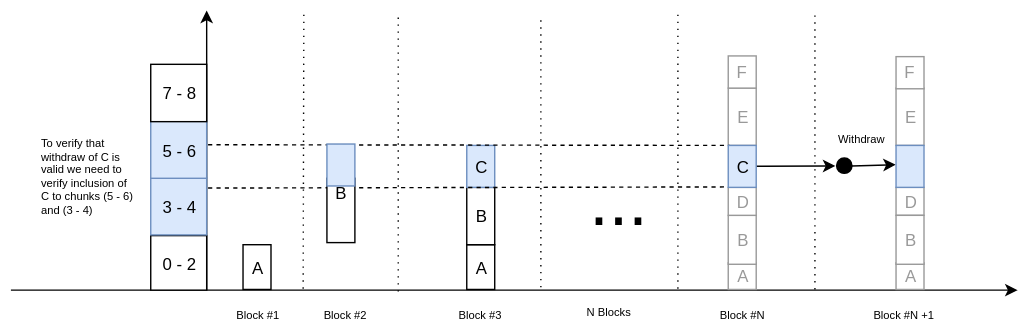
The draw.io diagram withdraw.svg in artall64/tmp-isao-images, before a commit. Source tidied: cells renumbered, new cells last; positions are measured from the earlier drawing's top-left corner, leaving out a move shared by most shapes. The source it was exported from:
```xml
<mxGraphModel background="#ffffff">
  <root>
    <mxCell id="0" />
    <mxCell id="1" parent="0" />
    <mxCell id="2" style="endArrow=classic;html=1;" parent="1" edge="1">
      <mxGeometry relative="1" as="geometry">
        <mxPoint y="200" as="sourcePoint" />
        <mxPoint x="720" y="200" as="targetPoint" />
      </mxGeometry>
    </mxCell>
    <mxCell id="3" style="endArrow=classic;html=1;" parent="1" edge="1">
      <mxGeometry relative="1" as="geometry">
        <mxPoint x="140" y="200" as="sourcePoint" />
        <mxPoint x="140" as="targetPoint" />
      </mxGeometry>
    </mxCell>
    <mxCell id="4" style="endArrow=none;dashed=1;html=1;dashPattern=1 4;" parent="1" edge="1">
      <mxGeometry relative="1" as="geometry">
        <mxPoint x="209" y="199" as="sourcePoint" />
        <mxPoint x="209.5" as="targetPoint" />
      </mxGeometry>
    </mxCell>
    <mxCell id="5" style="endArrow=none;dashed=1;html=1;dashPattern=1 4;" parent="1" edge="1">
      <mxGeometry relative="1" as="geometry">
        <mxPoint x="277" y="201" as="sourcePoint" />
        <mxPoint x="277" y="4" as="targetPoint" />
      </mxGeometry>
    </mxCell>
    <mxCell id="6" value="Block #1&lt;br style=&quot;font-size: 8px;&quot;&gt;" style="text;html=1;strokeColor=none;fillColor=none;align=center;verticalAlign=middle;whiteSpace=wrap;rounded=0;fontSize=8;" parent="1" vertex="1">
      <mxGeometry x="157" y="207" width="38" height="20" as="geometry" />
    </mxCell>
    <mxCell id="7" value="Block #2&lt;br style=&quot;font-size: 8px;&quot;&gt;" style="text;html=1;strokeColor=none;fillColor=none;align=center;verticalAlign=middle;whiteSpace=wrap;rounded=0;fontSize=8;" parent="1" vertex="1">
      <mxGeometry x="220" y="207" width="39" height="20" as="geometry" />
    </mxCell>
    <mxCell id="8" style="endArrow=none;dashed=1;html=1;dashPattern=1 4;" parent="1" edge="1">
      <mxGeometry relative="1" as="geometry">
        <mxPoint x="379" y="198" as="sourcePoint" />
        <mxPoint x="379" y="3" as="targetPoint" />
      </mxGeometry>
    </mxCell>
    <mxCell id="9" style="endArrow=none;dashed=1;html=1;dashPattern=1 4;" parent="1" edge="1">
      <mxGeometry relative="1" as="geometry">
        <mxPoint x="477" y="199" as="sourcePoint" />
        <mxPoint x="477" y="1" as="targetPoint" />
      </mxGeometry>
    </mxCell>
    <mxCell id="10" value="..." style="text;html=1;strokeColor=none;fillColor=none;align=center;verticalAlign=middle;whiteSpace=wrap;rounded=0;fontSize=50;" parent="1" vertex="1">
      <mxGeometry x="396" y="110" width="78" height="53" as="geometry" />
    </mxCell>
    <mxCell id="11" value="A" style="rounded=0;whiteSpace=wrap;html=1;" parent="1" vertex="1">
      <mxGeometry x="166" y="167.5" width="20" height="32" as="geometry" />
    </mxCell>
    <mxCell id="12" value="A" style="rounded=0;whiteSpace=wrap;html=1;" parent="1" vertex="1">
      <mxGeometry x="326" y="167.5" width="20" height="32" as="geometry" />
    </mxCell>
    <mxCell id="13" value="B" style="rounded=0;whiteSpace=wrap;html=1;" parent="1" vertex="1">
      <mxGeometry x="326" y="126.5" width="20" height="41" as="geometry" />
    </mxCell>
    <mxCell id="14" value="C" style="rounded=0;whiteSpace=wrap;html=1;fillColor=#dae8fc;strokeColor=#6c8ebf;" parent="1" vertex="1">
      <mxGeometry x="326" y="96.5" width="20" height="30" as="geometry" />
    </mxCell>
    <mxCell id="15" style="group;" parent="1" vertex="1">
      <mxGeometry x="513" y="1.5" width="156.5" height="198" as="geometry" />
    </mxCell>
    <mxCell id="16" value="A" style="rounded=0;whiteSpace=wrap;html=1;fontColor=#999999;strokeColor=#999999;" parent="15" vertex="1">
      <mxGeometry y="179" width="20" height="19" as="geometry" />
    </mxCell>
    <mxCell id="17" value="B" style="rounded=0;whiteSpace=wrap;html=1;fontColor=#999999;strokeColor=#999999;" parent="15" vertex="1">
      <mxGeometry y="145" width="20" height="35" as="geometry" />
    </mxCell>
    <mxCell id="18" value="D" style="rounded=0;whiteSpace=wrap;html=1;fontColor=#999999;strokeColor=#999999;" parent="15" vertex="1">
      <mxGeometry y="125" width="20" height="20" as="geometry" />
    </mxCell>
    <mxCell id="19" value="E" style="rounded=0;whiteSpace=wrap;html=1;strokeColor=#999999;fontColor=#999999;" parent="15" vertex="1">
      <mxGeometry y="54" width="20" height="41" as="geometry" />
    </mxCell>
    <mxCell id="20" value="F" style="rounded=0;whiteSpace=wrap;html=1;strokeColor=#999999;fontColor=#999999;" parent="15" vertex="1">
      <mxGeometry y="31" width="20" height="23" as="geometry" />
    </mxCell>
    <mxCell id="21" value="A" style="rounded=0;whiteSpace=wrap;html=1;fontColor=#999999;strokeColor=#999999;" parent="15" vertex="1">
      <mxGeometry x="120" y="179" width="20" height="19" as="geometry" />
    </mxCell>
    <mxCell id="22" value="D" style="rounded=0;whiteSpace=wrap;html=1;fontColor=#999999;strokeColor=#999999;" parent="15" vertex="1">
      <mxGeometry x="120" y="125" width="20" height="20" as="geometry" />
    </mxCell>
    <mxCell id="23" style="endArrow=none;dashed=1;html=1;dashPattern=1 4;" parent="15" edge="1">
      <mxGeometry relative="1" as="geometry">
        <mxPoint x="62" y="198" as="sourcePoint" />
        <mxPoint x="62" as="targetPoint" />
      </mxGeometry>
    </mxCell>
    <mxCell id="24" value="E" style="rounded=0;whiteSpace=wrap;html=1;strokeColor=#999999;fontColor=#999999;" parent="15" vertex="1">
      <mxGeometry x="120" y="54" width="20" height="41" as="geometry" />
    </mxCell>
    <mxCell id="25" style="endArrow=classic;html=1;exitX=1;exitY=0.5;entryX=0;entryY=0.5;" parent="15" edge="1" source="26">
      <mxGeometry relative="1" as="geometry">
        <mxPoint x="119.9" y="108.8" as="targetPoint" />
      </mxGeometry>
    </mxCell>
    <mxCell id="26" style="ellipse;whiteSpace=wrap;html=1;fillColor=#000000;" parent="15" vertex="1">
      <mxGeometry x="77" y="104" width="11" height="11" as="geometry" />
    </mxCell>
    <mxCell id="27" style="endArrow=classic;html=1;exitX=1;exitY=0.5;entryX=0;entryY=0.5;" parent="15" edge="1" target="26">
      <mxGeometry relative="1" as="geometry">
        <mxPoint x="19.9" y="109.9" as="sourcePoint" />
      </mxGeometry>
    </mxCell>
    <mxCell id="28" value="F" style="rounded=0;whiteSpace=wrap;html=1;strokeColor=#999999;fontColor=#999999;" parent="15" vertex="1">
      <mxGeometry x="120" y="31.5" width="20" height="23" as="geometry" />
    </mxCell>
    <mxCell id="29" value="Withdraw" style="text;html=1;fontSize=8;" parent="15" vertex="1">
      <mxGeometry x="77" y="79" width="40" height="20" as="geometry" />
    </mxCell>
    <mxCell id="30" style="endArrow=none;dashed=1;html=1;entryX=0.75;entryY=0;exitX=1;exitY=0.75;" parent="1" edge="1">
      <mxGeometry relative="1" as="geometry">
        <mxPoint x="141" y="96" as="sourcePoint" />
        <mxPoint x="514" y="96.5" as="targetPoint" />
      </mxGeometry>
    </mxCell>
    <mxCell id="31" value="Block #3&lt;br style=&quot;font-size: 8px;&quot;&gt;" style="text;html=1;strokeColor=none;fillColor=none;align=center;verticalAlign=middle;whiteSpace=wrap;rounded=0;fontSize=8;" parent="1" vertex="1">
      <mxGeometry x="310" y="207" width="50" height="20" as="geometry" />
    </mxCell>
    <mxCell id="32" style="endArrow=none;dashed=1;html=1;entryX=0.03;entryY=0.997;entryPerimeter=0;" parent="1" edge="1" target="34">
      <mxGeometry relative="1" as="geometry">
        <mxPoint x="141" y="127" as="sourcePoint" />
      </mxGeometry>
    </mxCell>
    <mxCell id="33" style="rounded=0;whiteSpace=wrap;html=1;fillColor=#ffffff;strokeColor=#000000;" parent="1" vertex="1">
      <mxGeometry x="226" y="120" width="20" height="46" as="geometry" />
    </mxCell>
    <mxCell id="34" value="C" style="rounded=0;whiteSpace=wrap;html=1;fillColor=#dae8fc;strokeColor=#6c8ebf;" parent="1" vertex="1">
      <mxGeometry x="513" y="96.5" width="20" height="30" as="geometry" />
    </mxCell>
    <mxCell id="35" style="rounded=0;whiteSpace=wrap;html=1;fillColor=#dae8fc;strokeColor=#6c8ebf;" parent="1" vertex="1">
      <mxGeometry x="633" y="96.5" width="20" height="30" as="geometry" />
    </mxCell>
    <mxCell id="36" value="B" style="rounded=0;whiteSpace=wrap;html=1;fontColor=#999999;strokeColor=#999999;" parent="1" vertex="1">
      <mxGeometry x="633" y="146.5" width="20" height="35" as="geometry" />
    </mxCell>
    <mxCell id="37" value="N Blocks&lt;br style=&quot;font-size: 8px;&quot;&gt;" style="text;html=1;strokeColor=none;fillColor=none;align=center;verticalAlign=middle;whiteSpace=wrap;rounded=0;fontSize=8;" parent="1" vertex="1">
      <mxGeometry x="400" y="204" width="56" height="23" as="geometry" />
    </mxCell>
    <mxCell id="38" value="To verify that withdraw of C is valid we need to verify inclusion of C to chunks (5 - 6) and (3 - 4)&lt;br style=&quot;font-size: 8px&quot;&gt;" style="text;html=1;strokeColor=none;fillColor=none;align=left;verticalAlign=middle;whiteSpace=wrap;rounded=0;fontSize=8;" parent="1" vertex="1">
      <mxGeometry x="20" y="88" width="70" height="57" as="geometry" />
    </mxCell>
    <mxCell id="39" value="0 - 2" style="rounded=0;whiteSpace=wrap;html=1;" parent="1" vertex="1">
      <mxGeometry x="100" y="161" width="40" height="39" as="geometry" />
    </mxCell>
    <mxCell id="40" value="3 - 4" style="rounded=0;whiteSpace=wrap;html=1;fillColor=#dae8fc;strokeColor=#6c8ebf;" parent="1" vertex="1">
      <mxGeometry x="100" y="119.5" width="40" height="41" as="geometry" />
    </mxCell>
    <mxCell id="41" value="5 - 6" style="rounded=0;whiteSpace=wrap;html=1;fillColor=#dae8fc;strokeColor=#6c8ebf;" parent="1" vertex="1">
      <mxGeometry x="100" y="79" width="40" height="41" as="geometry" />
    </mxCell>
    <mxCell id="42" value="7 - 8" style="rounded=0;whiteSpace=wrap;html=1;" parent="1" vertex="1">
      <mxGeometry x="100" y="38.5" width="40" height="41" as="geometry" />
    </mxCell>
    <mxCell id="43" value="Block #N&lt;br style=&quot;font-size: 8px;&quot;&gt;" style="text;html=1;strokeColor=none;fillColor=none;align=center;verticalAlign=middle;whiteSpace=wrap;rounded=0;fontSize=8;" parent="1" vertex="1">
      <mxGeometry x="496.5" y="207" width="53" height="20" as="geometry" />
    </mxCell>
    <mxCell id="44" value="Block #N +1&lt;br style=&quot;font-size: 8px&quot;&gt;" style="text;html=1;strokeColor=none;fillColor=none;align=center;verticalAlign=middle;whiteSpace=wrap;rounded=0;fontSize=8;" parent="1" vertex="1">
      <mxGeometry x="601" y="207" width="76" height="20" as="geometry" />
    </mxCell>
    <mxCell id="45" style="rounded=0;whiteSpace=wrap;html=1;fillColor=#dae8fc;strokeColor=#6c8ebf;" parent="1" vertex="1">
      <mxGeometry x="226" y="95.5" width="20" height="30" as="geometry" />
    </mxCell>
    <mxCell id="46" value="B" style="text;html=1;strokeColor=none;fillColor=none;align=center;verticalAlign=middle;whiteSpace=wrap;rounded=0;fontSize=12;" parent="1" vertex="1">
      <mxGeometry x="228.5" y="120" width="15" height="20" as="geometry" />
    </mxCell>
  </root>
</mxGraphModel>
```
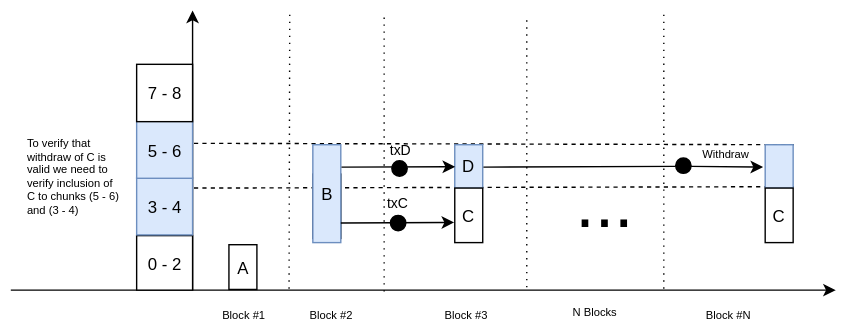
The same file after the commit.

What changed in the source:
```diff
@@ -4,8 +4,8 @@
     <mxCell id="1" parent="0" />
     <mxCell id="2" style="endArrow=classic;html=1;" parent="1" edge="1">
       <mxGeometry relative="1" as="geometry">
-        <mxPoint y="200" as="sourcePoint" />
-        <mxPoint x="720" y="200" as="targetPoint" />
+        <mxPoint x="10" y="200" as="sourcePoint" />
+        <mxPoint x="600" y="200" as="targetPoint" />
       </mxGeometry>
     </mxCell>
     <mxCell id="3" style="endArrow=classic;html=1;" parent="1" edge="1">
@@ -50,93 +50,24 @@
     <mxCell id="11" value="A" style="rounded=0;whiteSpace=wrap;html=1;" parent="1" vertex="1">
       <mxGeometry x="166" y="167.5" width="20" height="32" as="geometry" />
     </mxCell>
-    <mxCell id="12" value="A" style="rounded=0;whiteSpace=wrap;html=1;" parent="1" vertex="1">
-      <mxGeometry x="326" y="167.5" width="20" height="32" as="geometry" />
-    </mxCell>
-    <mxCell id="13" value="B" style="rounded=0;whiteSpace=wrap;html=1;" parent="1" vertex="1">
-      <mxGeometry x="326" y="126.5" width="20" height="41" as="geometry" />
-    </mxCell>
-    <mxCell id="14" value="C" style="rounded=0;whiteSpace=wrap;html=1;fillColor=#dae8fc;strokeColor=#6c8ebf;" parent="1" vertex="1">
-      <mxGeometry x="326" y="96.5" width="20" height="30" as="geometry" />
-    </mxCell>
-    <mxCell id="15" style="group;" parent="1" vertex="1">
-      <mxGeometry x="513" y="1.5" width="156.5" height="198" as="geometry" />
-    </mxCell>
-    <mxCell id="16" value="A" style="rounded=0;whiteSpace=wrap;html=1;fontColor=#999999;strokeColor=#999999;" parent="15" vertex="1">
-      <mxGeometry y="179" width="20" height="19" as="geometry" />
-    </mxCell>
-    <mxCell id="17" value="B" style="rounded=0;whiteSpace=wrap;html=1;fontColor=#999999;strokeColor=#999999;" parent="15" vertex="1">
-      <mxGeometry y="145" width="20" height="35" as="geometry" />
-    </mxCell>
-    <mxCell id="18" value="D" style="rounded=0;whiteSpace=wrap;html=1;fontColor=#999999;strokeColor=#999999;" parent="15" vertex="1">
-      <mxGeometry y="125" width="20" height="20" as="geometry" />
-    </mxCell>
-    <mxCell id="19" value="E" style="rounded=0;whiteSpace=wrap;html=1;strokeColor=#999999;fontColor=#999999;" parent="15" vertex="1">
-      <mxGeometry y="54" width="20" height="41" as="geometry" />
-    </mxCell>
-    <mxCell id="20" value="F" style="rounded=0;whiteSpace=wrap;html=1;strokeColor=#999999;fontColor=#999999;" parent="15" vertex="1">
-      <mxGeometry y="31" width="20" height="23" as="geometry" />
-    </mxCell>
-    <mxCell id="21" value="A" style="rounded=0;whiteSpace=wrap;html=1;fontColor=#999999;strokeColor=#999999;" parent="15" vertex="1">
-      <mxGeometry x="120" y="179" width="20" height="19" as="geometry" />
-    </mxCell>
-    <mxCell id="22" value="D" style="rounded=0;whiteSpace=wrap;html=1;fontColor=#999999;strokeColor=#999999;" parent="15" vertex="1">
-      <mxGeometry x="120" y="125" width="20" height="20" as="geometry" />
-    </mxCell>
-    <mxCell id="23" style="endArrow=none;dashed=1;html=1;dashPattern=1 4;" parent="15" edge="1">
-      <mxGeometry relative="1" as="geometry">
-        <mxPoint x="62" y="198" as="sourcePoint" />
-        <mxPoint x="62" as="targetPoint" />
-      </mxGeometry>
-    </mxCell>
-    <mxCell id="24" value="E" style="rounded=0;whiteSpace=wrap;html=1;strokeColor=#999999;fontColor=#999999;" parent="15" vertex="1">
-      <mxGeometry x="120" y="54" width="20" height="41" as="geometry" />
-    </mxCell>
-    <mxCell id="25" style="endArrow=classic;html=1;exitX=1;exitY=0.5;entryX=0;entryY=0.5;" parent="15" edge="1" source="26">
-      <mxGeometry relative="1" as="geometry">
-        <mxPoint x="119.9" y="108.8" as="targetPoint" />
-      </mxGeometry>
-    </mxCell>
-    <mxCell id="26" style="ellipse;whiteSpace=wrap;html=1;fillColor=#000000;" parent="15" vertex="1">
-      <mxGeometry x="77" y="104" width="11" height="11" as="geometry" />
-    </mxCell>
-    <mxCell id="27" style="endArrow=classic;html=1;exitX=1;exitY=0.5;entryX=0;entryY=0.5;" parent="15" edge="1" target="26">
-      <mxGeometry relative="1" as="geometry">
-        <mxPoint x="19.9" y="109.9" as="sourcePoint" />
-      </mxGeometry>
-    </mxCell>
-    <mxCell id="28" value="F" style="rounded=0;whiteSpace=wrap;html=1;strokeColor=#999999;fontColor=#999999;" parent="15" vertex="1">
-      <mxGeometry x="120" y="31.5" width="20" height="23" as="geometry" />
-    </mxCell>
-    <mxCell id="29" value="Withdraw" style="text;html=1;fontSize=8;" parent="15" vertex="1">
-      <mxGeometry x="77" y="79" width="40" height="20" as="geometry" />
-    </mxCell>
-    <mxCell id="30" style="endArrow=none;dashed=1;html=1;entryX=0.75;entryY=0;exitX=1;exitY=0.75;" parent="1" edge="1">
+    <mxCell id="30" style="endArrow=none;dashed=1;html=1;exitX=1;exitY=0.75;" parent="1" edge="1">
       <mxGeometry relative="1" as="geometry">
-        <mxPoint x="141" y="96" as="sourcePoint" />
-        <mxPoint x="514" y="96.5" as="targetPoint" />
+        <mxPoint x="141" y="95" as="sourcePoint" />
+        <mxPoint x="570" y="96" as="targetPoint" />
       </mxGeometry>
     </mxCell>
     <mxCell id="31" value="Block #3&lt;br style=&quot;font-size: 8px;&quot;&gt;" style="text;html=1;strokeColor=none;fillColor=none;align=center;verticalAlign=middle;whiteSpace=wrap;rounded=0;fontSize=8;" parent="1" vertex="1">
       <mxGeometry x="310" y="207" width="50" height="20" as="geometry" />
     </mxCell>
-    <mxCell id="32" style="endArrow=none;dashed=1;html=1;entryX=0.03;entryY=0.997;entryPerimeter=0;" parent="1" edge="1" target="34">
+    <mxCell id="32" style="endArrow=none;dashed=1;html=1;" parent="1" edge="1">
       <mxGeometry relative="1" as="geometry">
         <mxPoint x="141" y="127" as="sourcePoint" />
+        <mxPoint x="570" y="126" as="targetPoint" />
       </mxGeometry>
     </mxCell>
     <mxCell id="33" style="rounded=0;whiteSpace=wrap;html=1;fillColor=#ffffff;strokeColor=#000000;" parent="1" vertex="1">
-      <mxGeometry x="226" y="120" width="20" height="46" as="geometry" />
+      <mxGeometry x="226" y="117" width="20" height="46" as="geometry" />
     </mxCell>
-    <mxCell id="34" value="C" style="rounded=0;whiteSpace=wrap;html=1;fillColor=#dae8fc;strokeColor=#6c8ebf;" parent="1" vertex="1">
-      <mxGeometry x="513" y="96.5" width="20" height="30" as="geometry" />
-    </mxCell>
-    <mxCell id="35" style="rounded=0;whiteSpace=wrap;html=1;fillColor=#dae8fc;strokeColor=#6c8ebf;" parent="1" vertex="1">
-      <mxGeometry x="633" y="96.5" width="20" height="30" as="geometry" />
-    </mxCell>
-    <mxCell id="36" value="B" style="rounded=0;whiteSpace=wrap;html=1;fontColor=#999999;strokeColor=#999999;" parent="1" vertex="1">
-      <mxGeometry x="633" y="146.5" width="20" height="35" as="geometry" />
-    </mxCell>
     <mxCell id="37" value="N Blocks&lt;br style=&quot;font-size: 8px;&quot;&gt;" style="text;html=1;strokeColor=none;fillColor=none;align=center;verticalAlign=middle;whiteSpace=wrap;rounded=0;fontSize=8;" parent="1" vertex="1">
       <mxGeometry x="400" y="204" width="56" height="23" as="geometry" />
     </mxCell>
@@ -158,14 +89,65 @@
     <mxCell id="43" value="Block #N&lt;br style=&quot;font-size: 8px;&quot;&gt;" style="text;html=1;strokeColor=none;fillColor=none;align=center;verticalAlign=middle;whiteSpace=wrap;rounded=0;fontSize=8;" parent="1" vertex="1">
       <mxGeometry x="496.5" y="207" width="53" height="20" as="geometry" />
     </mxCell>
-    <mxCell id="44" value="Block #N +1&lt;br style=&quot;font-size: 8px&quot;&gt;" style="text;html=1;strokeColor=none;fillColor=none;align=center;verticalAlign=middle;whiteSpace=wrap;rounded=0;fontSize=8;" parent="1" vertex="1">
-      <mxGeometry x="601" y="207" width="76" height="20" as="geometry" />
-    </mxCell>
-    <mxCell id="45" style="rounded=0;whiteSpace=wrap;html=1;fillColor=#dae8fc;strokeColor=#6c8ebf;" parent="1" vertex="1">
-      <mxGeometry x="226" y="95.5" width="20" height="30" as="geometry" />
-    </mxCell>
     <mxCell id="46" value="B" style="text;html=1;strokeColor=none;fillColor=none;align=center;verticalAlign=middle;whiteSpace=wrap;rounded=0;fontSize=12;" parent="1" vertex="1">
-      <mxGeometry x="228.5" y="120" width="15" height="20" as="geometry" />
+      <mxGeometry x="228.5" y="117" width="15" height="20" as="geometry" />
     </mxCell>
+    <mxCell id="47" value="B" style="rounded=0;whiteSpace=wrap;html=1;fillColor=#dae8fc;strokeColor=#6c8ebf;" parent="1" vertex="1">
+      <mxGeometry x="226" y="96" width="20" height="70" as="geometry" />
+    </mxCell>
+    <mxCell id="48" style="ellipse;whiteSpace=wrap;html=1;fillColor=#000000;" parent="1" vertex="1">
+      <mxGeometry x="281.5" y="146.5" width="11" height="11" as="geometry" />
+    </mxCell>
+    <mxCell id="49" value="txC" style="text;html=1;strokeColor=none;fillColor=none;align=center;verticalAlign=middle;whiteSpace=wrap;rounded=0;fontSize=10;" parent="1" vertex="1">
+      <mxGeometry x="274.5" y="133" width="25" height="10" as="geometry" />
+    </mxCell>
+    <mxCell id="50" style="group;" parent="1" vertex="1">
+      <mxGeometry x="272.5" y="92.5" width="30" height="13" as="geometry" />
+    </mxCell>
+    <mxCell id="51" value="txD" style="text;html=1;strokeColor=none;fillColor=none;align=center;verticalAlign=middle;whiteSpace=wrap;rounded=0;fontSize=10;" parent="50" vertex="1">
+      <mxGeometry x="10.1" y="4.5" width="11.5" height="6.3" as="geometry" />
+    </mxCell>
+    <mxCell id="52" style="ellipse;whiteSpace=wrap;html=1;fillColor=#000000;" parent="1" vertex="1">
+      <mxGeometry x="282.5" y="107" width="11" height="11" as="geometry" />
+    </mxCell>
+    <mxCell id="53" value="D" style="rounded=0;whiteSpace=wrap;html=1;fillColor=#dae8fc;strokeColor=#6c8ebf;" parent="1" vertex="1">
+      <mxGeometry x="327.5" y="96" width="20" height="31" as="geometry" />
+    </mxCell>
+    <mxCell id="54" value="C" style="rounded=0;whiteSpace=wrap;html=1;" parent="1" vertex="1">
+      <mxGeometry x="327.5" y="127" width="20" height="39" as="geometry" />
+    </mxCell>
+    <mxCell id="55" style="endArrow=classic;html=1;entryX=0;entryY=0.5;" parent="1" edge="1" target="53">
+      <mxGeometry relative="1" as="geometry">
+        <mxPoint x="246.5" y="112" as="sourcePoint" />
+      </mxGeometry>
+    </mxCell>
+    <mxCell id="56" style="endArrow=classic;html=1;entryX=0;entryY=0.5;" parent="1" edge="1">
+      <mxGeometry relative="1" as="geometry">
+        <mxPoint x="246" y="152" as="sourcePoint" />
+        <mxPoint x="327.1" y="151.6" as="targetPoint" />
+      </mxGeometry>
+    </mxCell>
+    <mxCell id="57" style="rounded=0;whiteSpace=wrap;html=1;fillColor=#dae8fc;strokeColor=#6c8ebf;" parent="1" vertex="1">
+      <mxGeometry x="549.5" y="96" width="20" height="31" as="geometry" />
+    </mxCell>
+    <mxCell id="58" value="C" style="rounded=0;whiteSpace=wrap;html=1;" parent="1" vertex="1">
+      <mxGeometry x="549.5" y="127" width="20" height="39" as="geometry" />
+    </mxCell>
+    <mxCell id="29" value="Withdraw" style="text;html=1;fontSize=8;" parent="1" vertex="1">
+      <mxGeometry x="503" y="91.5" width="40" height="20" as="geometry" />
+    </mxCell>
+    <mxCell id="59" style="endArrow=classic;html=1;" parent="1" edge="1" source="60">
+      <mxGeometry relative="1" as="geometry">
+        <mxPoint x="548" y="112" as="targetPoint" />
+      </mxGeometry>
+    </mxCell>
+    <mxCell id="60" style="ellipse;whiteSpace=wrap;html=1;fillColor=#000000;" parent="1" vertex="1">
+      <mxGeometry x="485.5" y="106" width="11" height="11" as="geometry" />
+    </mxCell>
+    <mxCell id="61" style="endArrow=none;html=1;strokeColor=#000000;endFill=0;" parent="1" edge="1" target="60">
+      <mxGeometry relative="1" as="geometry">
+        <mxPoint x="348" y="112" as="sourcePoint" />
+      </mxGeometry>
+    </mxCell>
   </root>
 </mxGraphModel>
```
